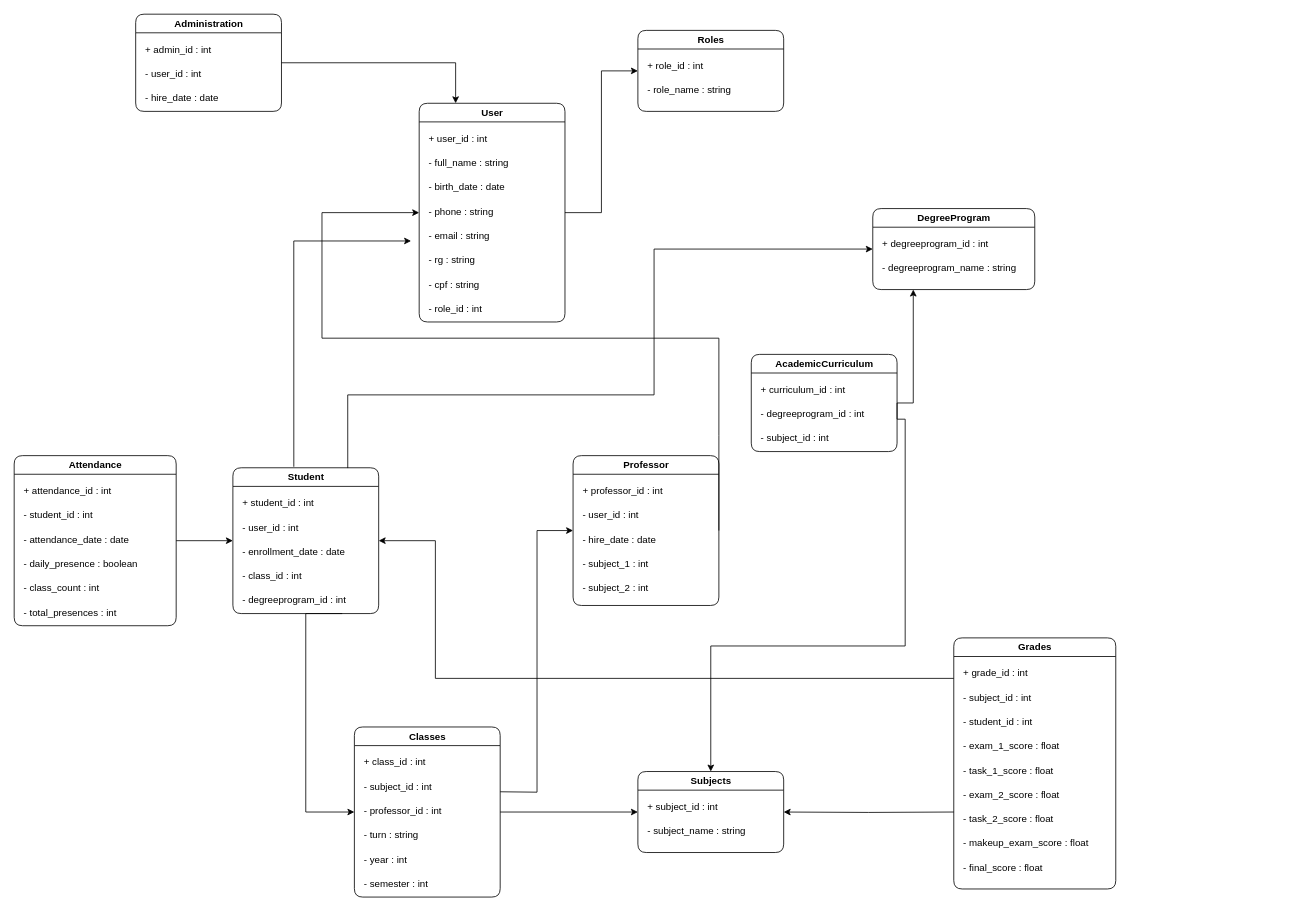
Earlier version of the draw.io diagram eng_software/diagrama_classes.drawio (unHappyDev/PIF). Source tidied: cells renumbered, new cells numbered last; positions are measured from the earlier drawing's top-left corner, leaving out a move shared by most shapes. Both pictures are drawn from the tidied source at 81%, with x=0, y=0 at pixel (14, 14).
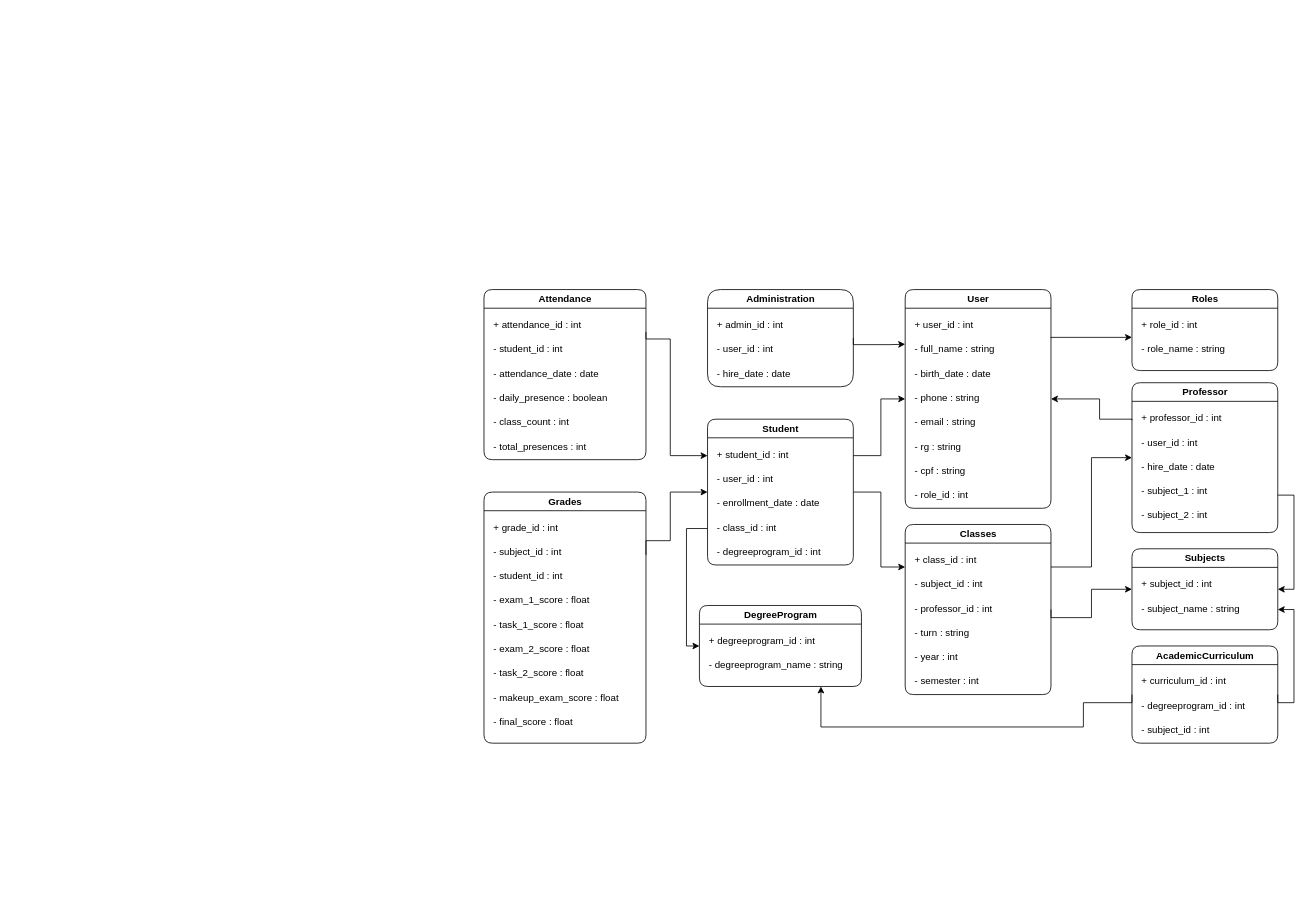
Above is the later version.

The edit, as a diff of the source:
```diff
@@
     <mxCell id="2" value="User" style="swimlane;rounded=1;html=1;" parent="1" vertex="1">
-      <mxGeometry x="500" y="110" width="180" height="270" as="geometry" />
+      <mxGeometry x="1100" y="340" width="180" height="270" as="geometry" />
     </mxCell>
@@
     <mxCell id="11" value="Roles" style="swimlane;rounded=1;html=1;" parent="1" vertex="1">
-      <mxGeometry x="770" y="20" width="180" height="100" as="geometry" />
+      <mxGeometry x="1380" y="340" width="180" height="100" as="geometry" />
     </mxCell>
@@
-    <mxCell id="14" style="edgeStyle=orthogonalEdgeStyle;rounded=0;html=1;exitX=1;exitY=0.5;entryX=0;entryY=0.5;" parent="1" edge="1" source="2" target="11">
-      <mxGeometry relative="1" as="geometry" />
+    <mxCell id="14" style="edgeStyle=orthogonalEdgeStyle;rounded=0;html=1;" parent="1" edge="1">
+      <mxGeometry relative="1" as="geometry">
+        <mxPoint x="1280" y="400" as="sourcePoint" />
+        <mxPoint x="1380" y="399" as="targetPoint" />
+        <Array as="points">
+          <mxPoint x="1280" y="399" />
+        </Array>
+      </mxGeometry>
     </mxCell>
     <mxCell id="15" value="Student" style="swimlane;rounded=1;html=1;" parent="1" vertex="1">
-      <mxGeometry x="270" y="560" width="180" height="180" as="geometry" />
+      <mxGeometry x="856" y="500" width="180" height="180" as="geometry" />
     </mxCell>
@@
-    <mxCell id="21" style="edgeStyle=orthogonalEdgeStyle;rounded=0;html=1;exitX=0.418;exitY=-0.007;exitDx=0;exitDy=0;exitPerimeter=0;" parent="1" edge="1" source="15">
+    <mxCell id="21" style="edgeStyle=orthogonalEdgeStyle;rounded=0;html=1;entryX=0;entryY=0.5;entryDx=0;entryDy=0;exitX=1;exitY=0.25;exitDx=0;exitDy=0;" parent="1" edge="1" source="15" target="2">
       <mxGeometry relative="1" as="geometry">
-        <mxPoint x="490" y="280" as="targetPoint" />
         <Array as="points">
-          <mxPoint x="345" y="280" />
+          <mxPoint x="1070" y="545" />
+          <mxPoint x="1070" y="475" />
         </Array>
       </mxGeometry>
     </mxCell>
     <mxCell id="22" value="Professor" style="swimlane;rounded=1;html=1;" parent="1" vertex="1">
-      <mxGeometry x="690" y="545" width="180" height="185" as="geometry" />
+      <mxGeometry x="1380" y="455" width="180" height="185" as="geometry" />
     </mxCell>
@@
-    <mxCell id="28" style="edgeStyle=orthogonalEdgeStyle;rounded=0;html=1;exitX=1;exitY=0.5;entryX=0;entryY=0.5;" parent="1" edge="1" source="22" target="2">
+    <mxCell id="28" style="edgeStyle=orthogonalEdgeStyle;rounded=0;html=1;exitX=0;exitY=0.25;exitDx=0;exitDy=0;entryX=1;entryY=0.5;entryDx=0;entryDy=0;" parent="1" edge="1" source="22" target="2">
       <mxGeometry relative="1" as="geometry">
         <Array as="points">
-          <mxPoint x="870" y="520" />
-          <mxPoint x="870" y="400" />
-          <mxPoint x="380" y="400" />
-          <mxPoint x="380" y="280" />
+          <mxPoint x="1380" y="500" />
+          <mxPoint x="1340" y="500" />
+          <mxPoint x="1340" y="475" />
         </Array>
       </mxGeometry>
     </mxCell>
-    <mxCell id="29" value="Administration" style="swimlane;rounded=1;html=1;" parent="1" vertex="1">
-      <mxGeometry x="150" width="180" height="120" as="geometry" />
+    <mxCell id="29" value="Administration" style="swimlane;rounded=1;html=1;arcSize=23;" parent="1" vertex="1">
+      <mxGeometry x="856" y="340" width="180" height="120" as="geometry" />
     </mxCell>
@@
-    <mxCell id="33" style="edgeStyle=orthogonalEdgeStyle;rounded=0;html=1;exitX=1;exitY=0.5;entryX=0.25;entryY=0;entryDx=0;entryDy=0;" parent="1" edge="1" source="29" target="2">
-      <mxGeometry relative="1" as="geometry" />
+    <mxCell id="33" style="edgeStyle=orthogonalEdgeStyle;rounded=0;html=1;entryX=0;entryY=0.25;entryDx=0;entryDy=0;exitX=1;exitY=0.5;exitDx=0;exitDy=0;" parent="1" edge="1" source="29" target="2">
+      <mxGeometry relative="1" as="geometry">
+        <Array as="points">
+          <mxPoint x="1036" y="408" />
+          <mxPoint x="1080" y="408" />
+        </Array>
+      </mxGeometry>
     </mxCell>
     <mxCell id="34" value="Classes" style="swimlane;rounded=1;html=1;" parent="1" vertex="1">
-      <mxGeometry x="420" y="880" width="180" height="210" as="geometry" />
+      <mxGeometry x="1100" y="630" width="180" height="210" as="geometry" />
     </mxCell>
@@
-    <mxCell id="41" style="edgeStyle=orthogonalEdgeStyle;rounded=0;html=1;entryX=0;entryY=0.5;exitX=0.75;exitY=1;exitDx=0;exitDy=0;" parent="1" edge="1" source="15" target="34">
+    <mxCell id="41" style="edgeStyle=orthogonalEdgeStyle;rounded=0;html=1;exitX=1;exitY=0.5;exitDx=0;exitDy=0;entryX=0;entryY=0.25;entryDx=0;entryDy=0;" parent="1" edge="1" source="15" target="34">
       <mxGeometry relative="1" as="geometry">
         <Array as="points">
-          <mxPoint x="360" y="740" />
-          <mxPoint x="360" y="985" />
+          <mxPoint x="1036" y="590" />
+          <mxPoint x="1070" y="590" />
+          <mxPoint x="1070" y="683" />
         </Array>
       </mxGeometry>
     </mxCell>
-    <mxCell id="42" style="edgeStyle=orthogonalEdgeStyle;rounded=0;html=1;entryX=0;entryY=0.5;" parent="1" edge="1" target="22">
-      <mxGeometry relative="1" as="geometry">
-        <mxPoint x="600" y="960" as="sourcePoint" />
-      </mxGeometry>
+    <mxCell id="42" style="edgeStyle=orthogonalEdgeStyle;rounded=0;html=1;entryX=0;entryY=0.5;exitX=1;exitY=0.25;exitDx=0;exitDy=0;" parent="1" edge="1" source="34" target="22">
+      <mxGeometry relative="1" as="geometry" />
     </mxCell>
     <mxCell id="43" value="Subjects" style="swimlane;rounded=1;html=1;" parent="1" vertex="1">
-      <mxGeometry x="770" y="935" width="180" height="100" as="geometry" />
+      <mxGeometry x="1380" y="660" width="180" height="100" as="geometry" />
     </mxCell>
@@
-    <mxCell id="46" style="edgeStyle=orthogonalEdgeStyle;rounded=0;html=1;exitX=1;exitY=0.5;entryX=0;entryY=0.5;" parent="1" edge="1" source="34" target="43">
-      <mxGeometry relative="1" as="geometry" />
+    <mxCell id="46" style="edgeStyle=orthogonalEdgeStyle;rounded=0;html=1;entryX=0;entryY=0.5;exitX=1;exitY=0.5;exitDx=0;exitDy=0;" parent="1" edge="1" source="34" target="43">
+      <mxGeometry relative="1" as="geometry">
+        <Array as="points">
+          <mxPoint x="1330" y="745" />
+          <mxPoint x="1330" y="710" />
+        </Array>
+      </mxGeometry>
     </mxCell>
     <mxCell id="47" value="AcademicCurriculum" style="swimlane;rounded=1;html=1;" parent="1" vertex="1">
-      <mxGeometry x="910" y="420" width="180" height="120" as="geometry" />
+      <mxGeometry x="1380" y="780" width="180" height="120" as="geometry" />
     </mxCell>
@@
     <mxCell id="51" value="DegreeProgram" style="swimlane;rounded=1;html=1;" parent="1" vertex="1">
-      <mxGeometry x="1060" y="240" width="200" height="100" as="geometry" />
+      <mxGeometry x="846" y="730" width="200" height="100" as="geometry" />
     </mxCell>
@@
-    <mxCell id="54" style="edgeStyle=orthogonalEdgeStyle;rounded=0;html=1;exitX=0.788;exitY=0.002;entryX=0;entryY=0.5;exitDx=0;exitDy=0;exitPerimeter=0;" parent="1" edge="1" source="15" target="51">
+    <mxCell id="54" style="edgeStyle=orthogonalEdgeStyle;rounded=0;html=1;exitX=0;exitY=0.75;entryX=0;entryY=0.5;exitDx=0;exitDy=0;entryDx=0;entryDy=0;" parent="1" edge="1" source="15" target="51">
       <mxGeometry relative="1" as="geometry">
         <Array as="points">
-          <mxPoint x="412" y="470" />
-          <mxPoint x="790" y="470" />
-          <mxPoint x="790" y="290" />
+          <mxPoint x="856" y="635" />
+          <mxPoint x="830" y="635" />
+          <mxPoint x="830" y="780" />
         </Array>
       </mxGeometry>
     </mxCell>
-    <mxCell id="55" style="edgeStyle=orthogonalEdgeStyle;rounded=0;html=1;exitX=1;exitY=0.5;entryX=0.25;entryY=1;entryDx=0;entryDy=0;" parent="1" edge="1" source="47" target="51">
-      <mxGeometry relative="1" as="geometry" />
+    <mxCell id="55" style="edgeStyle=orthogonalEdgeStyle;rounded=0;html=1;exitX=0;exitY=0.5;entryX=0.75;entryY=1;entryDx=0;entryDy=0;exitDx=0;exitDy=0;" parent="1" edge="1" source="47" target="51">
+      <mxGeometry relative="1" as="geometry">
+        <Array as="points">
+          <mxPoint x="1320" y="850" />
+          <mxPoint x="1320" y="880" />
+          <mxPoint x="996" y="880" />
+        </Array>
+      </mxGeometry>
     </mxCell>
-    <mxCell id="56" style="edgeStyle=orthogonalEdgeStyle;rounded=0;html=1;exitX=1;exitY=0.5;entryX=0.5;entryY=0;entryDx=0;entryDy=0;" parent="1" edge="1" source="47" target="43">
+    <mxCell id="56" style="edgeStyle=orthogonalEdgeStyle;rounded=0;html=1;exitX=1;exitY=0.5;exitDx=0;exitDy=0;entryX=1;entryY=0.75;entryDx=0;entryDy=0;" parent="1" edge="1" source="47" target="43">
       <mxGeometry relative="1" as="geometry">
         <Array as="points">
-          <mxPoint x="1090" y="500" />
-          <mxPoint x="1100" y="500" />
-          <mxPoint x="1100" y="780" />
-          <mxPoint x="860" y="780" />
+          <mxPoint x="1580" y="850" />
+          <mxPoint x="1580" y="735" />
         </Array>
       </mxGeometry>
     </mxCell>
     <mxCell id="57" value="Attendance" style="swimlane;rounded=1;html=1;" parent="1" vertex="1">
-      <mxGeometry y="545" width="200" height="210" as="geometry" />
+      <mxGeometry x="580" y="340" width="200" height="210" as="geometry" />
     </mxCell>
@@
     <mxCell id="64" value="Grades" style="swimlane;rounded=1;html=1;" parent="1" vertex="1">
-      <mxGeometry x="1160" y="770" width="200" height="310" as="geometry" />
+      <mxGeometry x="580" y="590" width="200" height="310" as="geometry" />
     </mxCell>
@@
-    <mxCell id="74" style="edgeStyle=orthogonalEdgeStyle;rounded=0;html=1;entryX=1;entryY=0.5;entryDx=0;entryDy=0;" parent="1" edge="1" target="15">
+    <mxCell id="74" style="edgeStyle=orthogonalEdgeStyle;rounded=0;html=1;exitX=1;exitY=0.25;exitDx=0;exitDy=0;entryX=0;entryY=0.5;entryDx=0;entryDy=0;" parent="1" edge="1" source="64" target="15">
       <mxGeometry relative="1" as="geometry">
-        <mxPoint x="1160" y="820" as="sourcePoint" />
         <Array as="points">
-          <mxPoint x="520" y="820" />
-          <mxPoint x="520" y="650" />
+          <mxPoint x="780" y="650" />
+          <mxPoint x="810" y="650" />
+          <mxPoint x="810" y="590" />
         </Array>
       </mxGeometry>
     </mxCell>
-    <mxCell id="75" style="edgeStyle=orthogonalEdgeStyle;rounded=0;html=1;entryX=1;entryY=0.5;" parent="1" edge="1" target="43">
+    <mxCell id="75" style="edgeStyle=orthogonalEdgeStyle;rounded=0;html=1;entryX=1;entryY=0.5;exitX=1;exitY=0.75;exitDx=0;exitDy=0;entryDx=0;entryDy=0;" parent="1" edge="1" source="22" target="43">
       <mxGeometry relative="1" as="geometry">
-        <mxPoint x="1160" y="985" as="sourcePoint" />
+        <Array as="points">
+          <mxPoint x="1580" y="594" />
+          <mxPoint x="1580" y="710" />
+        </Array>
       </mxGeometry>
     </mxCell>
-    <mxCell id="76" style="edgeStyle=none;html=1;entryX=0;entryY=0.5;entryDx=0;entryDy=0;exitX=1;exitY=0.5;exitDx=0;exitDy=0;" parent="1" edge="1" source="57" target="15">
-      <mxGeometry relative="1" as="geometry" />
+    <mxCell id="76" style="edgeStyle=orthogonalEdgeStyle;rounded=0;html=1;entryX=0;entryY=0.25;entryDx=0;entryDy=0;exitX=1;exitY=0.25;exitDx=0;exitDy=0;" parent="1" edge="1" source="57" target="15">
+      <mxGeometry relative="1" as="geometry">
+        <Array as="points">
+          <mxPoint x="780" y="401" />
+          <mxPoint x="810" y="401" />
+          <mxPoint x="810" y="545" />
+        </Array>
+      </mxGeometry>
     </mxCell>
```
